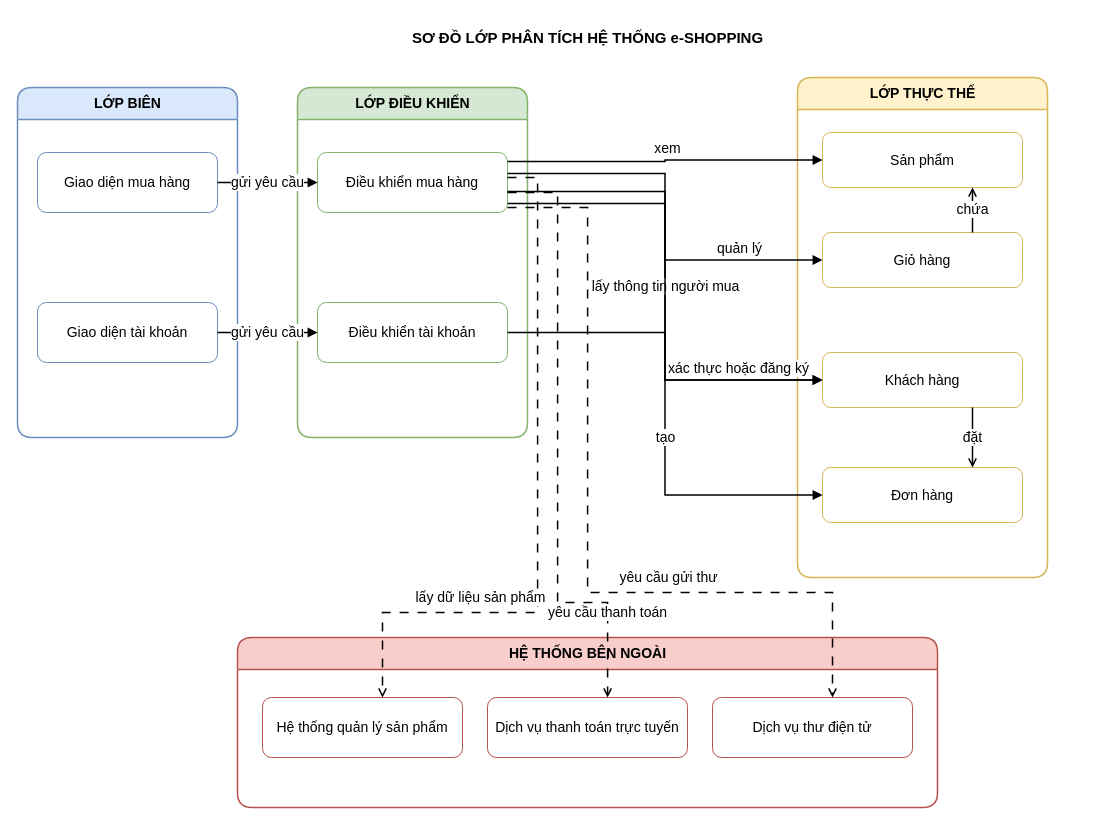
Above: page "02 Lớp phân tích" (2 of 9) of LAB_AT_OOSD/LAB04/ThietKe/PhamMInhGiang-12DHCNPM1-ThietKeLab04.drawio in 1250080044-PhamMinhGiang-12DHCNPM1/OOP-Lab (draw.io), before the change. Source tidied: cells renumbered, new cells numbered last; positions are measured from the earlier drawing's top-left corner, leaving out a move shared by most shapes. Both pictures are drawn from the tidied source at 100%, with x=0, y=0 at pixel (17, 17).
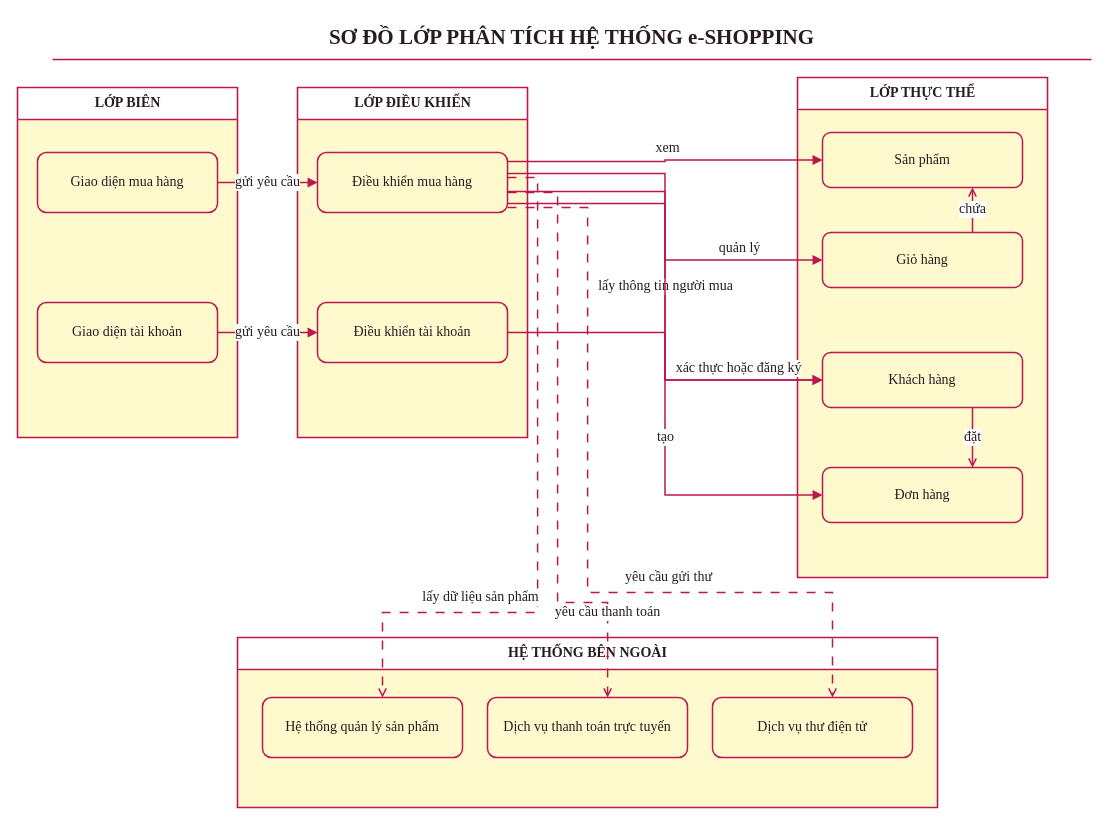
The same page after the edit.

The edit, as a diff of the source:
```diff
@@
-<mxGraphModel>
+<mxGraphModel background="#FFFFFF">
@@
-    <mxCell id="2" value="SƠ ĐỒ LỚP PHÂN TÍCH HỆ THỐNG e-SHOPPING" style="text;html=1;align=center;verticalAlign=middle;fontSize=15;fontStyle=1;" parent="1" vertex="1">
-      <mxGeometry x="240" width="660" height="40" as="geometry" />
+    <mxCell id="2" value="SƠ ĐỒ LỚP PHÂN TÍCH HỆ THỐNG e-SHOPPING" style="text;html=1;align=center;verticalAlign=middle;fontSize=21;fontStyle=1;fontFamily=Times New Roman;fontColor=#271C20;fillColor=none;strokeColor=none;" parent="1" vertex="1">
+      <mxGeometry x="224" width="660" height="40" as="geometry" />
     </mxCell>
-    <mxCell id="3" value="LỚP BIÊN" style="swimlane;html=1;startSize=32;rounded=1;fillColor=#dae8fc;strokeColor=#6c8ebf;strokeWidth=1.5;fontStyle=1;fontSize=14;" parent="1" vertex="1">
+    <mxCell id="3" value="LỚP BIÊN" style="swimlane;html=1;startSize=32;rounded=0;fillColor=#FFFFFF;strokeColor=#BD174F;strokeWidth=1.6;fontStyle=1;fontSize=14;fontFamily=Times New Roman;fontColor=#271C20;swimlaneFillColor=#FFF9CE;" parent="1" vertex="1">
       <mxGeometry y="70" width="220" height="350" as="geometry" />
     </mxCell>
-    <mxCell id="4" value="Giao diện mua hàng" style="rounded=1;whiteSpace=wrap;html=1;fillColor=#ffffff;strokeColor=#6c8ebf;fontSize=14;" parent="3" vertex="1">
+    <mxCell id="4" value="Giao diện mua hàng" style="rounded=1;whiteSpace=wrap;html=1;fillColor=#FFF9CE;strokeColor=#BD174F;fontSize=14;fontFamily=Times New Roman;fontColor=#271C20;strokeWidth=1.5;" parent="3" vertex="1">
       <mxGeometry x="20" y="65" width="180" height="60" as="geometry" />
     </mxCell>
-    <mxCell id="5" value="Giao diện tài khoản" style="rounded=1;whiteSpace=wrap;html=1;fillColor=#ffffff;strokeColor=#6c8ebf;fontSize=14;" parent="3" vertex="1">
+    <mxCell id="5" value="Giao diện tài khoản" style="rounded=1;whiteSpace=wrap;html=1;fillColor=#FFF9CE;strokeColor=#BD174F;fontSize=14;fontFamily=Times New Roman;fontColor=#271C20;strokeWidth=1.5;" parent="3" vertex="1">
       <mxGeometry x="20" y="215" width="180" height="60" as="geometry" />
     </mxCell>
-    <mxCell id="6" value="LỚP ĐIỀU KHIỂN" style="swimlane;html=1;startSize=32;rounded=1;fillColor=#d5e8d4;strokeColor=#82b366;strokeWidth=1.5;fontStyle=1;fontSize=14;" parent="1" vertex="1">
+    <mxCell id="6" value="LỚP ĐIỀU KHIỂN" style="swimlane;html=1;startSize=32;rounded=0;fillColor=#FFFFFF;strokeColor=#BD174F;strokeWidth=1.6;fontStyle=1;fontSize=14;fontFamily=Times New Roman;fontColor=#271C20;swimlaneFillColor=#FFF9CE;" parent="1" vertex="1">
       <mxGeometry x="280" y="70" width="230" height="350" as="geometry" />
     </mxCell>
-    <mxCell id="7" value="Điều khiển mua hàng" style="rounded=1;whiteSpace=wrap;html=1;fillColor=#ffffff;strokeColor=#82b366;fontSize=14;" parent="6" vertex="1">
+    <mxCell id="7" value="Điều khiển mua hàng" style="rounded=1;whiteSpace=wrap;html=1;fillColor=#FFF9CE;strokeColor=#BD174F;fontSize=14;fontFamily=Times New Roman;fontColor=#271C20;strokeWidth=1.5;" parent="6" vertex="1">
       <mxGeometry x="20" y="65" width="190" height="60" as="geometry" />
     </mxCell>
-    <mxCell id="8" value="Điều khiển tài khoản" style="rounded=1;whiteSpace=wrap;html=1;fillColor=#ffffff;strokeColor=#82b366;fontSize=14;" parent="6" vertex="1">
+    <mxCell id="8" value="Điều khiển tài khoản" style="rounded=1;whiteSpace=wrap;html=1;fillColor=#FFF9CE;strokeColor=#BD174F;fontSize=14;fontFamily=Times New Roman;fontColor=#271C20;strokeWidth=1.5;" parent="6" vertex="1">
       <mxGeometry x="20" y="215" width="190" height="60" as="geometry" />
     </mxCell>
-    <mxCell id="9" value="LỚP THỰC THỂ" style="swimlane;html=1;startSize=32;rounded=1;fillColor=#fff2cc;strokeColor=#d6b656;strokeWidth=1.5;fontStyle=1;fontSize=14;" parent="1" vertex="1">
+    <mxCell id="9" value="LỚP THỰC THỂ" style="swimlane;html=1;startSize=32;rounded=0;fillColor=#FFFFFF;strokeColor=#BD174F;strokeWidth=1.6;fontStyle=1;fontSize=14;fontFamily=Times New Roman;fontColor=#271C20;swimlaneFillColor=#FFF9CE;" parent="1" vertex="1">
       <mxGeometry x="780" y="60" width="250" height="500" as="geometry" />
     </mxCell>
-    <mxCell id="10" value="Sản phẩm" style="rounded=1;whiteSpace=wrap;html=1;fillColor=#ffffff;strokeColor=#d6b656;fontSize=14;" parent="9" vertex="1">
+    <mxCell id="10" value="Sản phẩm" style="rounded=1;whiteSpace=wrap;html=1;fillColor=#FFF9CE;strokeColor=#BD174F;fontSize=14;fontFamily=Times New Roman;fontColor=#271C20;strokeWidth=1.5;" parent="9" vertex="1">
       <mxGeometry x="25" y="55" width="200" height="55" as="geometry" />
     </mxCell>
-    <mxCell id="11" value="Giỏ hàng" style="rounded=1;whiteSpace=wrap;html=1;fillColor=#ffffff;strokeColor=#d6b656;fontSize=14;" parent="9" vertex="1">
+    <mxCell id="11" value="Giỏ hàng" style="rounded=1;whiteSpace=wrap;html=1;fillColor=#FFF9CE;strokeColor=#BD174F;fontSize=14;fontFamily=Times New Roman;fontColor=#271C20;strokeWidth=1.5;" parent="9" vertex="1">
       <mxGeometry x="25" y="155" width="200" height="55" as="geometry" />
     </mxCell>
-    <mxCell id="12" value="Khách hàng" style="rounded=1;whiteSpace=wrap;html=1;fillColor=#ffffff;strokeColor=#d6b656;fontSize=14;" parent="9" vertex="1">
+    <mxCell id="12" value="Khách hàng" style="rounded=1;whiteSpace=wrap;html=1;fillColor=#FFF9CE;strokeColor=#BD174F;fontSize=14;fontFamily=Times New Roman;fontColor=#271C20;strokeWidth=1.5;" parent="9" vertex="1">
       <mxGeometry x="25" y="275" width="200" height="55" as="geometry" />
     </mxCell>
-    <mxCell id="13" value="Đơn hàng" style="rounded=1;whiteSpace=wrap;html=1;fillColor=#ffffff;strokeColor=#d6b656;fontSize=14;" parent="9" vertex="1">
+    <mxCell id="13" value="Đơn hàng" style="rounded=1;whiteSpace=wrap;html=1;fillColor=#FFF9CE;strokeColor=#BD174F;fontSize=14;fontFamily=Times New Roman;fontColor=#271C20;strokeWidth=1.5;" parent="9" vertex="1">
       <mxGeometry x="25" y="390" width="200" height="55" as="geometry" />
     </mxCell>
-    <mxCell id="14" value="chứa" style="edgeStyle=none;rounded=0;html=1;endArrow=open;endFill=0;strokeWidth=1.5;exitX=0.75;exitY=0;entryX=0.75;entryY=1;fontSize=14;" parent="9" edge="1" source="11" target="10">
+    <mxCell id="14" value="chứa" style="edgeStyle=none;rounded=0;html=1;endArrow=open;endFill=0;strokeWidth=1.5;exitX=0.75;exitY=0;entryX=0.75;entryY=1;fontSize=14;strokeColor=#BD174F;fontFamily=Times New Roman;fontColor=#271C20;labelBackgroundColor=#FFFFFF;" parent="9" edge="1" source="11" target="10">
       <mxGeometry relative="1" as="geometry" />
     </mxCell>
-    <mxCell id="15" value="đặt" style="edgeStyle=none;rounded=0;html=1;endArrow=open;endFill=0;strokeWidth=1.5;exitX=0.75;exitY=1;entryX=0.75;entryY=0;fontSize=14;" parent="9" edge="1" source="12" target="13">
+    <mxCell id="15" value="đặt" style="edgeStyle=none;rounded=0;html=1;endArrow=open;endFill=0;strokeWidth=1.5;exitX=0.75;exitY=1;entryX=0.75;entryY=0;fontSize=14;strokeColor=#BD174F;fontFamily=Times New Roman;fontColor=#271C20;labelBackgroundColor=#FFFFFF;" parent="9" edge="1" source="12" target="13">
       <mxGeometry relative="1" as="geometry" />
     </mxCell>
-    <mxCell id="16" value="HỆ THỐNG BÊN NGOÀI" style="swimlane;html=1;startSize=32;rounded=1;fillColor=#f8cecc;strokeColor=#b85450;strokeWidth=1.5;fontStyle=1;fontSize=14;" parent="1" vertex="1">
+    <mxCell id="16" value="HỆ THỐNG BÊN NGOÀI" style="swimlane;html=1;startSize=32;rounded=0;fillColor=#FFFFFF;strokeColor=#BD174F;strokeWidth=1.6;fontStyle=1;fontSize=14;fontFamily=Times New Roman;fontColor=#271C20;swimlaneFillColor=#FFF9CE;" parent="1" vertex="1">
       <mxGeometry x="220" y="620" width="700" height="170" as="geometry" />
     </mxCell>
-    <mxCell id="17" value="Hệ thống quản lý sản phẩm" style="rounded=1;whiteSpace=wrap;html=1;fillColor=#ffffff;strokeColor=#b85450;fontSize=14;" parent="16" vertex="1">
+    <mxCell id="17" value="Hệ thống quản lý sản phẩm" style="rounded=1;whiteSpace=wrap;html=1;fillColor=#FFF9CE;strokeColor=#BD174F;fontSize=14;fontFamily=Times New Roman;fontColor=#271C20;strokeWidth=1.5;" parent="16" vertex="1">
       <mxGeometry x="25" y="60" width="200" height="60" as="geometry" />
     </mxCell>
-    <mxCell id="18" value="Dịch vụ thanh toán trực tuyến" style="rounded=1;whiteSpace=wrap;html=1;fillColor=#ffffff;strokeColor=#b85450;fontSize=14;" parent="16" vertex="1">
+    <mxCell id="18" value="Dịch vụ thanh toán trực tuyến" style="rounded=1;whiteSpace=wrap;html=1;fillColor=#FFF9CE;strokeColor=#BD174F;fontSize=14;fontFamily=Times New Roman;fontColor=#271C20;strokeWidth=1.5;" parent="16" vertex="1">
       <mxGeometry x="250" y="60" width="200" height="60" as="geometry" />
     </mxCell>
-    <mxCell id="19" value="Dịch vụ thư điện tử" style="rounded=1;whiteSpace=wrap;html=1;fillColor=#ffffff;strokeColor=#b85450;fontSize=14;" parent="16" vertex="1">
+    <mxCell id="19" value="Dịch vụ thư điện tử" style="rounded=1;whiteSpace=wrap;html=1;fillColor=#FFF9CE;strokeColor=#BD174F;fontSize=14;fontFamily=Times New Roman;fontColor=#271C20;strokeWidth=1.5;" parent="16" vertex="1">
       <mxGeometry x="475" y="60" width="200" height="60" as="geometry" />
     </mxCell>
-    <mxCell id="20" value="gửi yêu cầu" style="edgeStyle=orthogonalEdgeStyle;rounded=0;jettySize=auto;html=1;endArrow=block;endFill=1;strokeWidth=1.5;fontSize=14;" parent="1" edge="1" source="4" target="7">
+    <mxCell id="20" value="gửi yêu cầu" style="edgeStyle=orthogonalEdgeStyle;rounded=0;jettySize=auto;html=1;endArrow=block;endFill=1;strokeWidth=1.5;fontSize=14;strokeColor=#BD174F;fontFamily=Times New Roman;fontColor=#271C20;labelBackgroundColor=#FFFFFF;" parent="1" edge="1" source="4" target="7">
       <mxGeometry relative="1" as="geometry" />
     </mxCell>
-    <mxCell id="21" value="gửi yêu cầu" style="edgeStyle=orthogonalEdgeStyle;rounded=0;jettySize=auto;html=1;endArrow=block;endFill=1;strokeWidth=1.5;fontSize=14;" parent="1" edge="1" source="5" target="8">
+    <mxCell id="21" value="gửi yêu cầu" style="edgeStyle=orthogonalEdgeStyle;rounded=0;jettySize=auto;html=1;endArrow=block;endFill=1;strokeWidth=1.5;fontSize=14;strokeColor=#BD174F;fontFamily=Times New Roman;fontColor=#271C20;labelBackgroundColor=#FFFFFF;" parent="1" edge="1" source="5" target="8">
       <mxGeometry relative="1" as="geometry" />
     </mxCell>
-    <mxCell id="22" value="xem" style="edgeStyle=orthogonalEdgeStyle;rounded=0;jettySize=auto;html=1;endArrow=block;endFill=1;strokeWidth=1.5;exitX=1;exitY=0.15;entryX=0;entryY=0.5;fontSize=14;" parent="1" edge="1" source="7" target="10">
+    <mxCell id="22" value="xem" style="edgeStyle=orthogonalEdgeStyle;rounded=0;jettySize=auto;html=1;endArrow=block;endFill=1;strokeWidth=1.5;exitX=1;exitY=0.15;entryX=0;entryY=0.5;fontSize=14;strokeColor=#BD174F;fontFamily=Times New Roman;fontColor=#271C20;labelBackgroundColor=#FFFFFF;" parent="1" edge="1" source="7" target="10">
       <mxGeometry x="0.01" y="12" relative="1" as="geometry">
         <mxPoint x="1" as="offset" />
       </mxGeometry>
     </mxCell>
-    <mxCell id="23" value="quản lý" style="edgeStyle=orthogonalEdgeStyle;rounded=0;jettySize=auto;html=1;endArrow=block;endFill=1;strokeWidth=1.5;exitX=1;exitY=0.35;entryX=0;entryY=0.5;fontSize=14;" parent="1" edge="1" source="7" target="11">
+    <mxCell id="23" value="quản lý" style="edgeStyle=orthogonalEdgeStyle;rounded=0;jettySize=auto;html=1;endArrow=block;endFill=1;strokeWidth=1.5;exitX=1;exitY=0.35;entryX=0;entryY=0.5;fontSize=14;strokeColor=#BD174F;fontFamily=Times New Roman;fontColor=#271C20;labelBackgroundColor=#FFFFFF;" parent="1" edge="1" source="7" target="11">
       <mxGeometry x="0.58" y="12" relative="1" as="geometry">
         <mxPoint x="1" as="offset" />
       </mxGeometry>
     </mxCell>
-    <mxCell id="24" value="lấy thông tin người mua" style="edgeStyle=orthogonalEdgeStyle;rounded=0;jettySize=auto;html=1;endArrow=block;endFill=1;strokeWidth=1.5;exitX=1;exitY=0.65;entryX=0;entryY=0.5;fontSize=14;" parent="1" edge="1" source="7" target="12">
+    <mxCell id="24" value="lấy thông tin người mua" style="edgeStyle=orthogonalEdgeStyle;rounded=0;jettySize=auto;html=1;endArrow=block;endFill=1;strokeWidth=1.5;exitX=1;exitY=0.65;entryX=0;entryY=0.5;fontSize=14;strokeColor=#BD174F;fontFamily=Times New Roman;fontColor=#271C20;labelBackgroundColor=#FFFFFF;" parent="1" edge="1" source="7" target="12">
       <mxGeometry relative="1" as="geometry" />
     </mxCell>
-    <mxCell id="25" value="tạo" style="edgeStyle=orthogonalEdgeStyle;rounded=0;jettySize=auto;html=1;endArrow=block;endFill=1;strokeWidth=1.5;exitX=1;exitY=0.85;entryX=0;entryY=0.5;fontSize=14;" parent="1" edge="1" source="7" target="13">
+    <mxCell id="25" value="tạo" style="edgeStyle=orthogonalEdgeStyle;rounded=0;jettySize=auto;html=1;endArrow=block;endFill=1;strokeWidth=1.5;exitX=1;exitY=0.85;entryX=0;entryY=0.5;fontSize=14;strokeColor=#BD174F;fontFamily=Times New Roman;fontColor=#271C20;labelBackgroundColor=#FFFFFF;" parent="1" edge="1" source="7" target="13">
       <mxGeometry x="0.29" relative="1" as="geometry" />
     </mxCell>
-    <mxCell id="26" value="xác thực hoặc đăng ký" style="edgeStyle=orthogonalEdgeStyle;rounded=0;jettySize=auto;html=1;endArrow=block;endFill=1;strokeWidth=1.5;fontSize=14;" parent="1" edge="1" source="8" target="12">
+    <mxCell id="26" value="xác thực hoặc đăng ký" style="edgeStyle=orthogonalEdgeStyle;rounded=0;jettySize=auto;html=1;endArrow=block;endFill=1;strokeWidth=1.5;fontSize=14;strokeColor=#BD174F;fontFamily=Times New Roman;fontColor=#271C20;labelBackgroundColor=#FFFFFF;" parent="1" edge="1" source="8" target="12">
       <mxGeometry x="0.54" y="12" relative="1" as="geometry">
         <mxPoint x="-1" as="offset" />
       </mxGeometry>
     </mxCell>
-    <mxCell id="27" value="lấy dữ liệu sản phẩm" style="edgeStyle=orthogonalEdgeStyle;rounded=0;jettySize=auto;html=1;dashed=1;dashPattern=6 6;endArrow=open;endFill=0;strokeWidth=1.5;fontSize=14;" parent="1" edge="1" source="7" target="17">
+    <mxCell id="27" value="lấy dữ liệu sản phẩm" style="edgeStyle=orthogonalEdgeStyle;rounded=0;jettySize=auto;html=1;dashed=1;dashPattern=6 6;endArrow=open;endFill=0;strokeWidth=1.5;fontSize=14;strokeColor=#BD174F;fontFamily=Times New Roman;fontColor=#271C20;labelBackgroundColor=#FFFFFF;" parent="1" edge="1" source="7" target="17">
       <mxGeometry x="0.48" y="-15" relative="1" as="geometry">
         <Array as="points">
           <mxPoint x="520.1" y="160.1" />
           <mxPoint x="520.1" y="595" />
           <mxPoint x="365" y="595" />
         </Array>
       </mxGeometry>
     </mxCell>
-    <mxCell id="28" value="yêu cầu thanh toán" style="edgeStyle=orthogonalEdgeStyle;rounded=0;jettySize=auto;html=1;dashed=1;dashPattern=6 6;endArrow=open;endFill=0;strokeWidth=1.5;fontSize=14;" parent="1" edge="1" source="7" target="18">
+    <mxCell id="28" value="yêu cầu thanh toán" style="edgeStyle=orthogonalEdgeStyle;rounded=0;jettySize=auto;html=1;dashed=1;dashPattern=6 6;endArrow=open;endFill=0;strokeWidth=1.5;fontSize=14;strokeColor=#BD174F;fontFamily=Times New Roman;fontColor=#271C20;labelBackgroundColor=#FFFFFF;" parent="1" edge="1" source="7" target="18">
       <mxGeometry x="0.72" relative="1" as="geometry">
         <Array as="points">
           <mxPoint x="540.1" y="175" />
           <mxPoint x="540.1" y="585" />
           <mxPoint x="590.1" y="585" />
         </Array>
       </mxGeometry>
     </mxCell>
-    <mxCell id="29" value="yêu cầu gửi thư" style="edgeStyle=orthogonalEdgeStyle;rounded=0;jettySize=auto;html=1;dashed=1;dashPattern=6 6;endArrow=open;endFill=0;strokeWidth=1.5;fontSize=14;" parent="1" edge="1" source="7" target="19">
+    <mxCell id="29" value="yêu cầu gửi thư" style="edgeStyle=orthogonalEdgeStyle;rounded=0;jettySize=auto;html=1;dashed=1;dashPattern=6 6;endArrow=open;endFill=0;strokeWidth=1.5;fontSize=14;strokeColor=#BD174F;fontFamily=Times New Roman;fontColor=#271C20;labelBackgroundColor=#FFFFFF;" parent="1" edge="1" source="7" target="19">
       <mxGeometry x="0.34" y="15" relative="1" as="geometry">
         <Array as="points">
           <mxPoint x="570.1" y="190.1" />
           <mxPoint x="570.1" y="575" />
           <mxPoint x="815" y="575" />
         </Array>
       </mxGeometry>
     </mxCell>
+    <mxCell id="30" style="edgeStyle=none;html=1;strokeColor=#BD174F;strokeWidth=1.5;endArrow=none;fontFamily=Times New Roman;fontColor=#271C20;labelBackgroundColor=#FFFFFF;fontSize=13;" parent="1" edge="1">
+      <mxGeometry relative="1" as="geometry">
+        <mxPoint x="35" y="42" as="sourcePoint" />
+        <mxPoint x="1074" y="42" as="targetPoint" />
+      </mxGeometry>
+    </mxCell>
```
